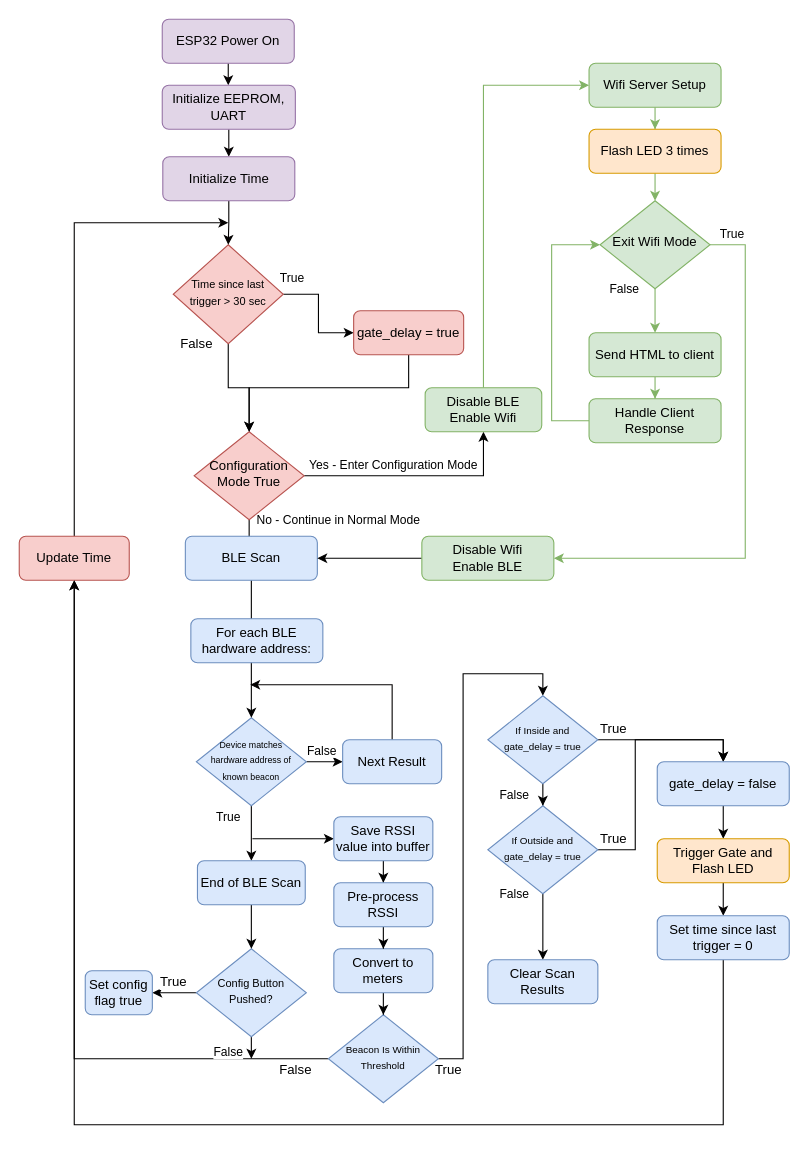
The draw.io diagram flow_diagrams/Untitled Diagram.drawio in adojang/Tarentaal_X, before the edit. Source tidied: cells renumbered, new cells numbered last; positions are measured from the earlier drawing's top-left corner, leaving out a move shared by most shapes. Both pictures are drawn from the tidied source at 110%, with x=0, y=0 at pixel (19, 19).
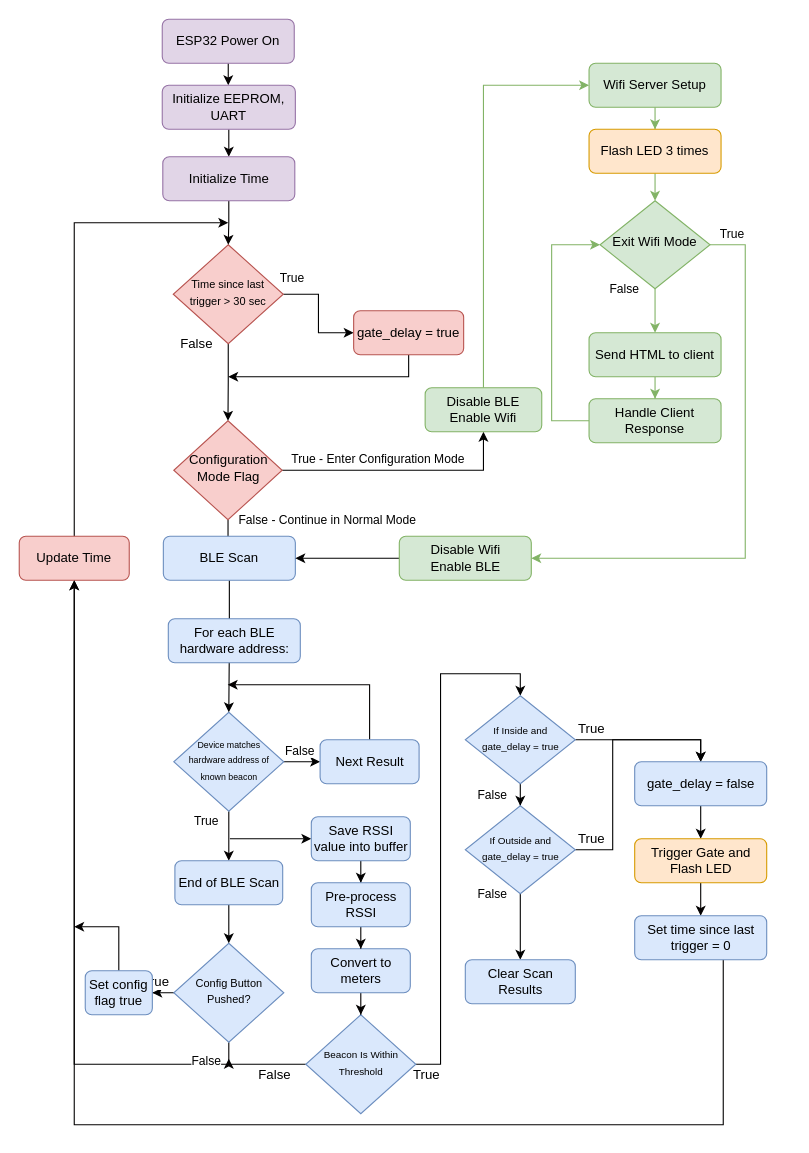
The same diagram, later.

Unchanged cells that the change refers to:
```xml
<mxCell id="18" value="gate_delay = true" style="rounded=1;whiteSpace=wrap;html=1;fontSize=12;glass=0;strokeWidth=1;shadow=0;fillColor=#f8cecc;strokeColor=#b85450;" parent="1" vertex="1">
  <mxGeometry x="304" y="265" width="100" height="40" as="geometry" />
</mxCell>
<mxCell id="20" value="Disable BLE&lt;br&gt;Enable Wifi" style="rounded=1;whiteSpace=wrap;html=1;fontSize=12;glass=0;strokeWidth=1;shadow=0;fillColor=#d5e8d4;strokeColor=#82b366;" parent="1" vertex="1">
  <mxGeometry x="369" y="335" width="106" height="40" as="geometry" />
</mxCell>
<mxCell id="33" value="Set config flag true" style="rounded=1;whiteSpace=wrap;html=1;fontSize=12;glass=0;strokeWidth=1;shadow=0;fillColor=#dae8fc;strokeColor=#6c8ebf;" parent="1" vertex="1">
  <mxGeometry x="60" y="865" width="61" height="40" as="geometry" />
</mxCell>
<mxCell id="67" value="Update Time" style="rounded=1;whiteSpace=wrap;html=1;fontSize=12;glass=0;strokeWidth=1;shadow=0;fillColor=#f8cecc;strokeColor=#b85450;" parent="1" vertex="1">
  <mxGeometry y="470" width="100" height="40" as="geometry" />
</mxCell>
```

The edit, as a diff of the source:
```diff
@@
-    <mxCell id="4" value="No - Continue in Normal Mode" style="edgeStyle=orthogonalEdgeStyle;rounded=0;jettySize=auto;html=1;endArrow=classic;endFill=1;entryX=0.5;entryY=0;entryDx=0;entryDy=0;" parent="1" edge="1" source="6" target="11">
-      <mxGeometry x="1" y="-80" relative="1" as="geometry">
+    <mxCell id="4" value="False - Continue in Normal Mode" style="edgeStyle=orthogonalEdgeStyle;rounded=0;jettySize=auto;html=1;endArrow=classic;endFill=1;entryX=0.5;entryY=0;entryDx=0;entryDy=0;" parent="1" edge="1" source="6" target="11">
+      <mxGeometry x="1" y="-90" relative="1" as="geometry">
         <mxPoint x="-1" y="-15" as="offset" />
       </mxGeometry>
     </mxCell>
-    <mxCell id="5" value="Yes - Enter Configuration Mode" style="edgeStyle=orthogonalEdgeStyle;rounded=0;jettySize=auto;html=1;endArrow=classic;endFill=1;entryX=0.5;entryY=1;entryDx=0;entryDy=0;" parent="1" edge="1" source="6" target="20">
-      <mxGeometry x="-0.2" y="10" relative="1" as="geometry" />
+    <mxCell id="5" value="True - Enter Configuration Mode" style="edgeStyle=orthogonalEdgeStyle;rounded=0;jettySize=auto;html=1;endArrow=classic;endFill=1;" parent="1" edge="1" source="6" target="20">
+      <mxGeometry x="-0.2" y="10" relative="1" as="geometry">
+        <Array as="points">
+          <mxPoint x="422" y="410" />
+        </Array>
+      </mxGeometry>
     </mxCell>
-    <mxCell id="6" value="Configuration Mode True" style="rhombus;whiteSpace=wrap;html=1;shadow=0;fontFamily=Helvetica;fontSize=12;align=center;strokeWidth=1;spacing=6;spacingTop=-4;fillColor=#f8cecc;strokeColor=#b85450;" parent="1" vertex="1">
-      <mxGeometry x="159" y="375" width="100" height="80" as="geometry" />
+    <mxCell id="6" value="Configuration Mode Flag" style="rhombus;whiteSpace=wrap;html=1;shadow=0;fontFamily=Helvetica;fontSize=12;align=center;strokeWidth=1;spacing=6;spacingTop=-4;fillColor=#f8cecc;strokeColor=#b85450;" parent="1" vertex="1">
+      <mxGeometry x="140.5" y="365" width="98.5" height="90" as="geometry" />
     </mxCell>
@@
     <mxCell id="9" value="&lt;font style=&quot;font-size: 8px&quot;&gt;Device matches hardware address of known beacon&lt;/font&gt;" style="rhombus;whiteSpace=wrap;html=1;shadow=0;fontFamily=Helvetica;fontSize=12;align=center;strokeWidth=1;spacing=6;spacingTop=-4;fillColor=#dae8fc;strokeColor=#6c8ebf;" parent="1" vertex="1">
-      <mxGeometry x="161" y="635" width="100" height="80" as="geometry" />
+      <mxGeometry x="140.5" y="630" width="100" height="90" as="geometry" />
     </mxCell>
@@
     <mxCell id="11" value="BLE Scan" style="rounded=1;whiteSpace=wrap;html=1;fontSize=12;glass=0;strokeWidth=1;shadow=0;fillColor=#dae8fc;strokeColor=#6c8ebf;" parent="1" vertex="1">
-      <mxGeometry x="151" y="470" width="120" height="40" as="geometry" />
+      <mxGeometry x="131" y="470" width="120" height="40" as="geometry" />
     </mxCell>
@@
-    <mxCell id="17" style="edgeStyle=orthogonalEdgeStyle;rounded=0;jettySize=auto;html=1;exitX=0.5;exitY=1;exitDx=0;exitDy=0;entryX=0.5;entryY=0;entryDx=0;entryDy=0;endArrow=classic;endFill=1;" parent="1" edge="1" source="18" target="6">
+    <mxCell id="17" style="edgeStyle=orthogonalEdgeStyle;rounded=0;jettySize=auto;html=1;exitX=0.5;exitY=1;exitDx=0;exitDy=0;endArrow=classic;endFill=1;" parent="1" edge="1" source="18">
       <mxGeometry relative="1" as="geometry">
+        <mxPoint x="190" y="325" as="targetPoint" />
         <Array as="points">
-          <mxPoint x="354" y="335" />
-          <mxPoint x="209" y="335" />
+          <mxPoint x="354" y="325" />
+          <mxPoint x="190" y="325" />
         </Array>
       </mxGeometry>
     </mxCell>
@@
     <mxCell id="21" value="For each BLE hardware address:" style="rounded=1;whiteSpace=wrap;html=1;fontSize=12;glass=0;strokeWidth=1;shadow=0;fillColor=#dae8fc;strokeColor=#6c8ebf;" parent="1" vertex="1">
-      <mxGeometry x="156" y="545" width="120" height="40" as="geometry" />
+      <mxGeometry x="135.5" y="545" width="120" height="40" as="geometry" />
     </mxCell>
     <mxCell id="22" style="edgeStyle=orthogonalEdgeStyle;rounded=0;jettySize=auto;html=1;fontSize=11;endArrow=classic;endFill=1;startSize=8;endSize=6;sourcePerimeterSpacing=0;targetPerimeterSpacing=0;strokeColor=#030000;strokeWidth=1;" parent="1" edge="1" source="23">
       <mxGeometry relative="1" as="geometry">
-        <mxPoint x="210" y="605" as="targetPoint" />
+        <mxPoint x="189.5" y="605" as="targetPoint" />
         <Array as="points">
-          <mxPoint x="339" y="605" />
+          <mxPoint x="318.5" y="605" />
         </Array>
       </mxGeometry>
     </mxCell>
     <mxCell id="23" value="Next Result" style="rounded=1;whiteSpace=wrap;html=1;fontSize=12;glass=0;strokeWidth=1;shadow=0;fillColor=#dae8fc;strokeColor=#6c8ebf;" parent="1" vertex="1">
-      <mxGeometry x="294" y="655" width="90" height="40" as="geometry" />
+      <mxGeometry x="273.5" y="655" width="90" height="40" as="geometry" />
     </mxCell>
     <mxCell id="24" style="edgeStyle=orthogonalEdgeStyle;rounded=0;sketch=0;jettySize=auto;html=1;shadow=0;fontSize=12;fontColor=#000000;startArrow=none;startFill=0;endArrow=classic;endFill=1;strokeColor=#000000;strokeWidth=1;entryX=0;entryY=0.5;entryDx=0;entryDy=0;" parent="1" edge="1" target="26">
       <mxGeometry relative="1" as="geometry">
-        <mxPoint x="212" y="745" as="sourcePoint" />
+        <mxPoint x="191.5" y="745" as="sourcePoint" />
         <Array as="points">
-          <mxPoint x="212" y="745" />
+          <mxPoint x="191.5" y="745" />
         </Array>
       </mxGeometry>
     </mxCell>
@@
     <mxCell id="26" value="Save RSSI value into buffer" style="rounded=1;whiteSpace=wrap;html=1;fontSize=12;glass=0;strokeWidth=1;shadow=0;fillColor=#dae8fc;strokeColor=#6c8ebf;" parent="1" vertex="1">
-      <mxGeometry x="286" y="725" width="90" height="40" as="geometry" />
+      <mxGeometry x="265.5" y="725" width="90" height="40" as="geometry" />
     </mxCell>
@@
     <mxCell id="28" value="False" style="edgeStyle=orthogonalEdgeStyle;rounded=0;sketch=0;jettySize=auto;html=1;shadow=0;fontSize=12;fontColor=#000000;startArrow=none;startFill=0;endArrow=classic;endFill=1;strokeColor=#000000;strokeWidth=1;entryX=0.5;entryY=1;entryDx=0;entryDy=0;" parent="1" edge="1" source="29" target="67">
       <mxGeometry x="-0.91" y="10" relative="1" as="geometry">
         <Array as="points">
-          <mxPoint x="50" y="945" />
+          <mxPoint x="50" y="950" />
         </Array>
       </mxGeometry>
     </mxCell>
     <mxCell id="29" value="&lt;font style=&quot;font-size: 9px&quot;&gt;Beacon Is Within Threshold&lt;/font&gt;" style="rhombus;whiteSpace=wrap;html=1;shadow=0;fontFamily=Helvetica;fontSize=12;align=center;strokeWidth=1;spacing=6;spacingTop=-4;fillColor=#dae8fc;strokeColor=#6c8ebf;" parent="1" vertex="1">
-      <mxGeometry x="281" y="905" width="100" height="80" as="geometry" />
+      <mxGeometry x="260.5" y="905" width="100" height="90" as="geometry" />
     </mxCell>
     <mxCell id="30" value="True" style="edgeStyle=orthogonalEdgeStyle;rounded=0;sketch=0;jettySize=auto;html=1;entryX=1;entryY=0.5;entryDx=0;entryDy=0;shadow=0;fontSize=12;fontColor=#000000;startArrow=none;startFill=0;endArrow=classic;endFill=1;strokeColor=#000000;strokeWidth=1;" parent="1" edge="1" source="32" target="33">
-      <mxGeometry x="0.05" y="-10" relative="1" as="geometry" />
+      <mxGeometry x="-0.45" y="-10" relative="1" as="geometry" />
     </mxCell>
     <mxCell id="31" value="False" style="edgeStyle=orthogonalEdgeStyle;rounded=0;jettySize=auto;html=1;fontSize=11;endArrow=classic;endFill=1;startSize=8;endSize=6;sourcePerimeterSpacing=0;targetPerimeterSpacing=0;strokeColor=#030000;strokeWidth=1;" parent="1" edge="1" source="32">
       <mxGeometry x="0.33" y="-21" relative="1" as="geometry">
-        <mxPoint x="211" y="945" as="targetPoint" />
+        <mxPoint x="190.5" y="945" as="targetPoint" />
       </mxGeometry>
     </mxCell>
     <mxCell id="32" value="&lt;font size=&quot;1&quot;&gt;Config Button Pushed?&lt;/font&gt;" style="rhombus;whiteSpace=wrap;html=1;shadow=0;fontFamily=Helvetica;fontSize=12;align=center;strokeWidth=1;spacing=6;spacingTop=-4;fillColor=#dae8fc;strokeColor=#6c8ebf;" parent="1" vertex="1">
-      <mxGeometry x="161" y="845" width="100" height="80" as="geometry" />
+      <mxGeometry x="140.5" y="840" width="100" height="90" as="geometry" />
     </mxCell>
+    <mxCell id="70" style="edgeStyle=orthogonalEdgeStyle;rounded=0;jettySize=auto;html=1;fontSize=11;endArrow=classic;endFill=1;startSize=8;endSize=6;sourcePerimeterSpacing=0;targetPerimeterSpacing=0;strokeColor=#030000;strokeWidth=1;" parent="1" edge="1" source="33">
+      <mxGeometry relative="1" as="geometry">
+        <mxPoint x="50" y="825" as="targetPoint" />
+        <Array as="points">
+          <mxPoint x="91" y="825" />
+        </Array>
+      </mxGeometry>
+    </mxCell>
@@
     <mxCell id="36" value="&lt;font style=&quot;font-size: 9px&quot;&gt;If Inside and gate_delay = true&lt;/font&gt;" style="rhombus;whiteSpace=wrap;html=1;shadow=0;fontFamily=Helvetica;fontSize=12;align=center;strokeWidth=1;spacing=6;spacingTop=-4;fillColor=#dae8fc;strokeColor=#6c8ebf;" parent="1" vertex="1">
-      <mxGeometry x="426" y="615" width="100" height="80" as="geometry" />
+      <mxGeometry x="405.5" y="615" width="100" height="80" as="geometry" />
     </mxCell>
     <mxCell id="37" value="False" style="edgeStyle=orthogonalEdgeStyle;rounded=0;jettySize=auto;html=1;exitX=0.5;exitY=1;exitDx=0;exitDy=0;endArrow=classic;endFill=1;" parent="1" edge="1" source="39">
       <mxGeometry x="-1" y="-26" relative="1" as="geometry">
-        <mxPoint x="476" y="855" as="targetPoint" />
+        <mxPoint x="455.5" y="855" as="targetPoint" />
       </mxGeometry>
     </mxCell>
     <mxCell id="38" value="True" style="edgeStyle=orthogonalEdgeStyle;rounded=0;sketch=0;jettySize=auto;html=1;entryX=0.5;entryY=0;entryDx=0;entryDy=0;shadow=0;fontSize=12;fontColor=#000000;startArrow=none;startFill=0;endArrow=classic;endFill=1;strokeColor=#000000;strokeWidth=1;" parent="1" edge="1" source="39" target="41">
       <mxGeometry x="-0.88" y="10" relative="1" as="geometry">
         <Array as="points">
-          <mxPoint x="560" y="755" />
-          <mxPoint x="560" y="655" />
-          <mxPoint x="640" y="655" />
+          <mxPoint x="539.5" y="755" />
+          <mxPoint x="539.5" y="655" />
+          <mxPoint x="619.5" y="655" />
         </Array>
       </mxGeometry>
     </mxCell>
     <mxCell id="39" value="&lt;font style=&quot;font-size: 9px&quot;&gt;If Outside and gate_delay = true&lt;/font&gt;" style="rhombus;whiteSpace=wrap;html=1;shadow=0;fontFamily=Helvetica;fontSize=12;align=center;strokeWidth=1;spacing=6;spacingTop=-4;fillColor=#dae8fc;strokeColor=#6c8ebf;" parent="1" vertex="1">
-      <mxGeometry x="426" y="715" width="100" height="80" as="geometry" />
+      <mxGeometry x="405.5" y="715" width="100" height="80" as="geometry" />
     </mxCell>
@@
     <mxCell id="41" value="gate_delay = false" style="rounded=1;whiteSpace=wrap;html=1;fontSize=12;glass=0;strokeWidth=1;shadow=0;fillColor=#dae8fc;strokeColor=#6c8ebf;" parent="1" vertex="1">
-      <mxGeometry x="580" y="675" width="120" height="40" as="geometry" />
+      <mxGeometry x="559.5" y="675" width="120" height="40" as="geometry" />
     </mxCell>
     <mxCell id="42" value="Clear Scan Results" style="rounded=1;whiteSpace=wrap;html=1;fontSize=12;glass=0;strokeWidth=1;shadow=0;fillColor=#dae8fc;strokeColor=#6c8ebf;" parent="1" vertex="1">
-      <mxGeometry x="426" y="855" width="100" height="40" as="geometry" />
+      <mxGeometry x="405.5" y="855" width="100" height="40" as="geometry" />
     </mxCell>
@@
     <mxCell id="55" value="Disable Wifi&lt;br&gt;Enable BLE" style="rounded=1;whiteSpace=wrap;html=1;fontSize=12;glass=0;strokeWidth=1;shadow=0;fillColor=#d5e8d4;strokeColor=#82b366;" parent="1" vertex="1">
-      <mxGeometry x="366" y="470" width="120" height="40" as="geometry" />
+      <mxGeometry x="345.5" y="470" width="120" height="40" as="geometry" />
     </mxCell>
@@
     <mxCell id="57" value="Trigger Gate and Flash LED" style="rounded=1;whiteSpace=wrap;html=1;fontSize=12;glass=0;strokeWidth=1;shadow=0;fillColor=#ffe6cc;strokeColor=#d79b00;" parent="1" vertex="1">
-      <mxGeometry x="580" y="745" width="120" height="40" as="geometry" />
+      <mxGeometry x="559.5" y="745" width="120" height="40" as="geometry" />
     </mxCell>
@@
     <mxCell id="59" value="End of BLE Scan" style="rounded=1;whiteSpace=wrap;html=1;fontSize=12;glass=0;strokeWidth=1;shadow=0;fillColor=#dae8fc;strokeColor=#6c8ebf;" parent="1" vertex="1">
-      <mxGeometry x="162" y="765" width="98" height="40" as="geometry" />
+      <mxGeometry x="141.5" y="765" width="98" height="40" as="geometry" />
     </mxCell>
-    <mxCell id="60" style="edgeStyle=orthogonalEdgeStyle;rounded=0;sketch=0;jettySize=auto;html=1;entryX=0.5;entryY=0;entryDx=0;entryDy=0;shadow=0;fontSize=12;fontColor=#000000;startArrow=none;startFill=0;endArrow=classic;endFill=1;strokeColor=#000000;strokeWidth=1;" parent="1" edge="1" source="61" target="29">
+    <mxCell id="60" style="edgeStyle=orthogonalEdgeStyle;rounded=0;jettySize=auto;html=1;entryX=0.5;entryY=0;entryDx=0;entryDy=0;fontSize=11;endArrow=classic;endFill=1;startSize=6;endSize=6;sourcePerimeterSpacing=0;targetPerimeterSpacing=0;strokeColor=#030000;strokeWidth=1;" parent="1" edge="1" source="61" target="29">
       <mxGeometry relative="1" as="geometry" />
     </mxCell>
     <mxCell id="61" value="Convert to meters" style="rounded=1;whiteSpace=wrap;html=1;fontSize=12;glass=0;strokeWidth=1;shadow=0;fillColor=#dae8fc;strokeColor=#6c8ebf;" parent="1" vertex="1">
-      <mxGeometry x="286" y="845" width="90" height="40" as="geometry" />
+      <mxGeometry x="265.5" y="845" width="90" height="40" as="geometry" />
     </mxCell>
-    <mxCell id="62" style="edgeStyle=orthogonalEdgeStyle;rounded=0;sketch=0;jettySize=auto;html=1;entryX=0.5;entryY=0;entryDx=0;entryDy=0;shadow=0;fontSize=12;fontColor=#000000;startArrow=none;startFill=0;endArrow=classic;endFill=1;strokeColor=#000000;strokeWidth=1;" parent="1" edge="1" source="63" target="61">
+    <mxCell id="62" style="edgeStyle=orthogonalEdgeStyle;rounded=0;jettySize=auto;html=1;entryX=0.5;entryY=0;entryDx=0;entryDy=0;fontSize=11;endArrow=classic;endFill=1;startSize=6;endSize=6;sourcePerimeterSpacing=0;targetPerimeterSpacing=0;strokeColor=#030000;strokeWidth=1;" parent="1" edge="1" source="63" target="61">
       <mxGeometry relative="1" as="geometry" />
     </mxCell>
     <mxCell id="63" value="Pre-process RSSI" style="rounded=1;whiteSpace=wrap;html=1;fontSize=12;glass=0;strokeWidth=1;shadow=0;fillColor=#dae8fc;strokeColor=#6c8ebf;" parent="1" vertex="1">
-      <mxGeometry x="286" y="785" width="90" height="40" as="geometry" />
+      <mxGeometry x="265.5" y="785" width="90" height="40" as="geometry" />
     </mxCell>
@@
     <mxCell id="69" value="Set time since last trigger = 0" style="rounded=1;whiteSpace=wrap;html=1;fontSize=12;glass=0;strokeWidth=1;shadow=0;fillColor=#dae8fc;strokeColor=#6c8ebf;" parent="1" vertex="1">
-      <mxGeometry x="580" y="815" width="120" height="40" as="geometry" />
+      <mxGeometry x="559.5" y="815" width="120" height="40" as="geometry" />
     </mxCell>
```
